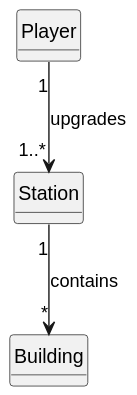
Above: docs/sprint1/us006/02.analysis/svg/us006-domain-model.svg in ivasduarte/all-aboard (PlantUML), before the change. The source it was exported from:
```plantuml
@startuml
skinparam monochrome true
skinparam packageStyle rectangle
skinparam shadowing false

skinparam classAttributeIconSize 0

hide circle
hide methods

class Player {

}

class Station {

}

class Building {

}

Player "1" --> "1..*" Station : upgrades
Station "1" --> "*" Building : contains
@enduml
```
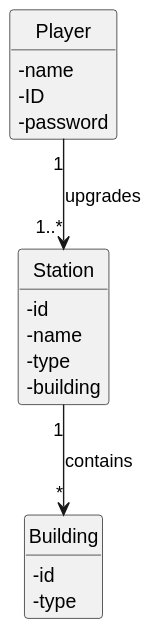
After the change.

Change to the diagram source:
```diff
@@ -9,15 +9,21 @@
 hide methods
 
 class Player {
-
+    - name
+    - ID
+    - password
 }
 
 class Station {
-
+    - id
+    - name
+    - type
+    - building
 }
 
 class Building {
-
+    - id
+    - type
 }
 
 Player "1" --> "1..*" Station : upgrades
```
